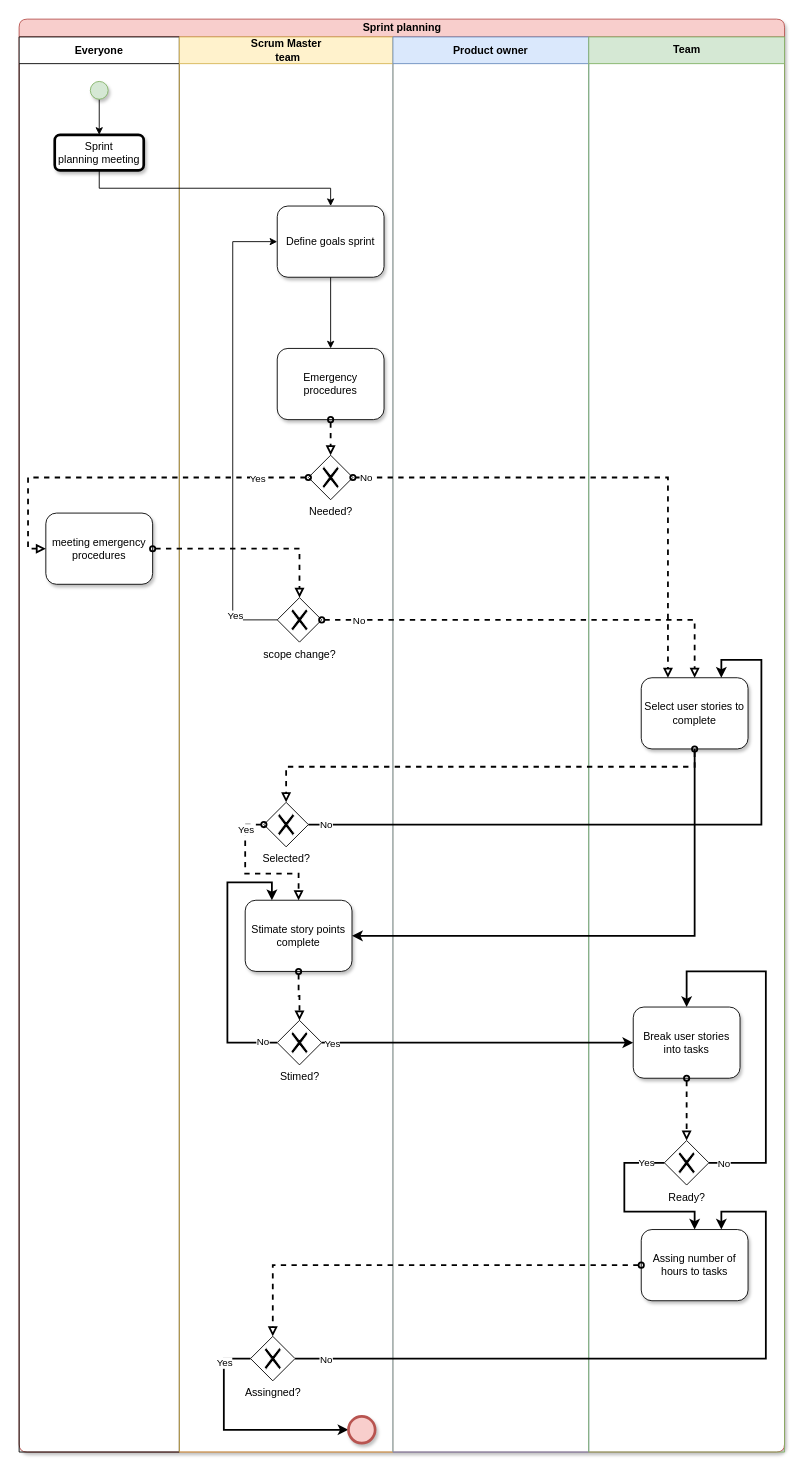
Before: page "Sprint_planning" (6 of 13) of BPMN_Pre-game.drawio in JavierCabreraDev/Metodologia_Practica, a draw.io diagram. Source tidied: cells renumbered, new cells numbered last; positions are measured from the earlier drawing's top-left corner, leaving out a move shared by most shapes. Both pictures are drawn from the tidied source at 89%, with x=0, y=0 at pixel (19, 19).
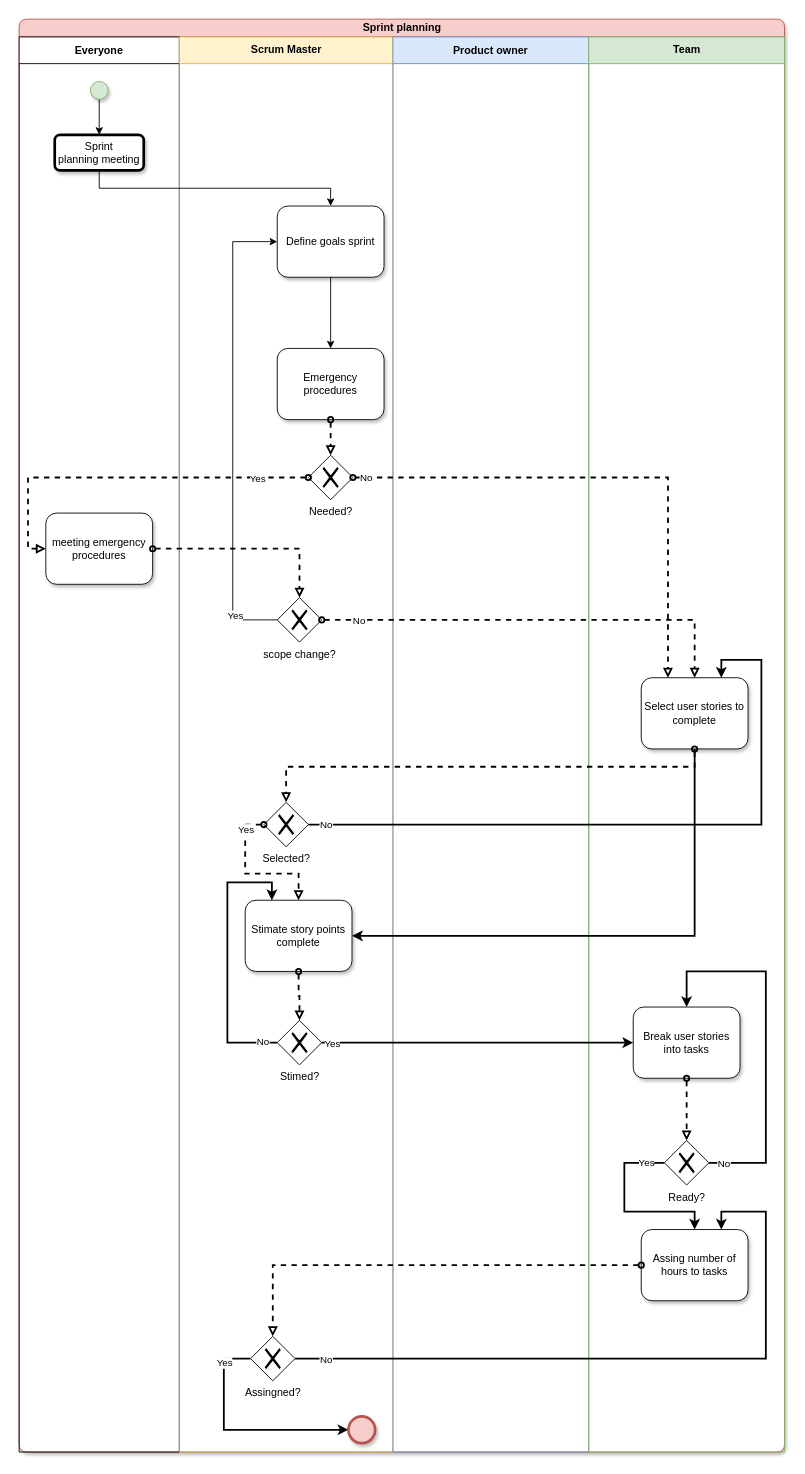
The same page after the edit.

The change refers to these unchanged cells:
```xml
<mxCell id="2" value="Sprint planning" style="swimlane;html=1;startSize=20;shadow=1;glass=0;fillColor=#f8cecc;strokeColor=#b85450;rounded=1;swimlaneFillColor=#ffffff;labelBackgroundColor=none;" parent="1" vertex="1">
  <mxGeometry width="860" height="1610" as="geometry" />
</mxCell>
```

Diff of the diagram source:
```diff
@@
-    <mxCell id="4" value="Scrum Master&lt;br&gt;&amp;nbsp;team" style="swimlane;html=1;startSize=30;fillColor=#fff2cc;strokeColor=#d6b656;labelBackgroundColor=none;" parent="2" vertex="1">
+    <mxCell id="4" value="Scrum Master&lt;br&gt;" style="swimlane;html=1;startSize=30;fillColor=#fff2cc;strokeColor=#d6b656;labelBackgroundColor=none;" parent="2" vertex="1">
       <mxGeometry x="180" y="20" width="240" height="1590" as="geometry" />
     </mxCell>
```
